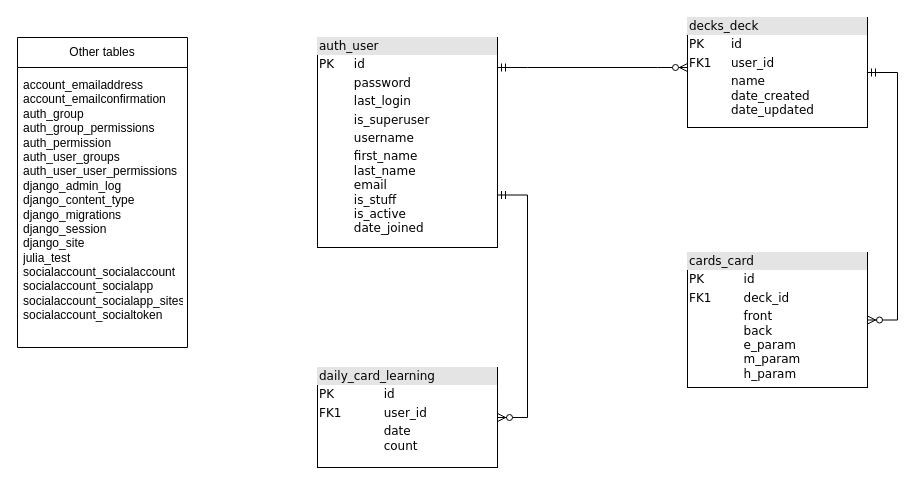
Above: design/db_schema.drawio in noginpavlo/julia (draw.io), before the change. Source tidied: cells renumbered, new cells numbered last; positions are measured from the earlier drawing's top-left corner, leaving out a move shared by most shapes. Both pictures are drawn from the tidied source at 100%, with x=0, y=0 at pixel (17, 17).
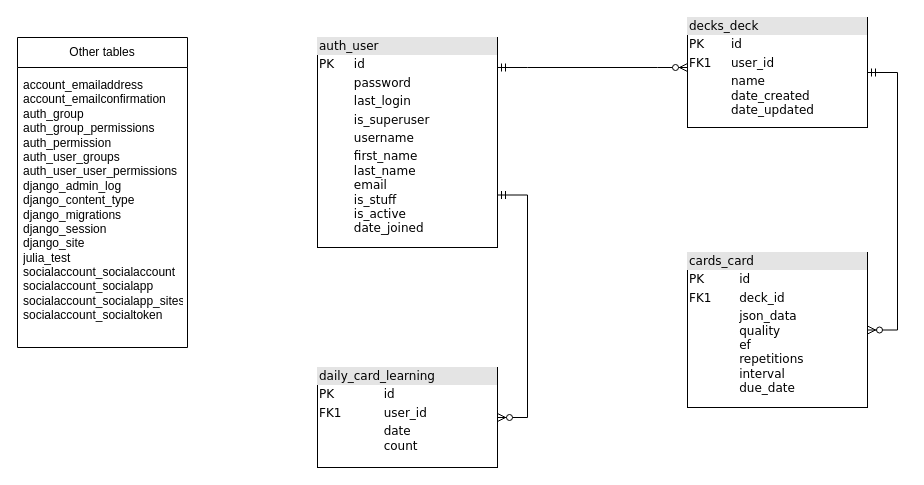
The same page after the edit.

Commit message (it also covers changes not shown here):
Changed db schema drawio file to make card reflrct sm-2 algorythm

The edit, as a diff of the source:
```diff
@@
 <mxGraphModel>
   <root>
     <mxCell id="0" />
     <mxCell id="1" parent="0" />
     <mxCell id="2" value="&lt;div style=&quot;box-sizing: border-box ; width: 100% ; background: #e4e4e4 ; padding: 2px&quot;&gt;auth_user&lt;/div&gt;&lt;table style=&quot;width: 100% ; font-size: 1em&quot; cellpadding=&quot;2&quot; cellspacing=&quot;0&quot;&gt;&lt;tbody&gt;&lt;tr&gt;&lt;td&gt;PK&lt;/td&gt;&lt;td&gt;id&lt;/td&gt;&lt;/tr&gt;&lt;tr&gt;&lt;td&gt;&lt;br&gt;&lt;/td&gt;&lt;td&gt;password&lt;/td&gt;&lt;/tr&gt;&lt;tr&gt;&lt;td&gt;&lt;br&gt;&lt;/td&gt;&lt;td&gt;last_login&lt;/td&gt;&lt;/tr&gt;&lt;tr&gt;&lt;td&gt;&lt;br&gt;&lt;/td&gt;&lt;td&gt;is_superuser&lt;/td&gt;&lt;/tr&gt;&lt;tr&gt;&lt;td&gt;&lt;br&gt;&lt;/td&gt;&lt;td&gt;username&lt;/td&gt;&lt;/tr&gt;&lt;tr&gt;&lt;td&gt;&lt;br&gt;&lt;/td&gt;&lt;td&gt;first_name&lt;br&gt;last_name&lt;br&gt;email&lt;br&gt;is_stuff&lt;br&gt;is_active&lt;br&gt;date_joined&lt;br&gt;&lt;br&gt;&lt;/td&gt;&lt;/tr&gt;&lt;/tbody&gt;&lt;/table&gt;" style="verticalAlign=top;align=left;overflow=fill;html=1;rounded=0;shadow=0;comic=0;labelBackgroundColor=none;strokeWidth=1;fontFamily=Verdana;fontSize=12;" parent="1" vertex="1">
       <mxGeometry x="300" y="20" width="180" height="210" as="geometry" />
     </mxCell>
-    <mxCell id="3" value="&lt;div style=&quot;box-sizing: border-box ; width: 100% ; background: #e4e4e4 ; padding: 2px&quot;&gt;cards_card&lt;/div&gt;&lt;table style=&quot;width: 100% ; font-size: 1em&quot; cellpadding=&quot;2&quot; cellspacing=&quot;0&quot;&gt;&lt;tbody&gt;&lt;tr&gt;&lt;td&gt;PK&lt;/td&gt;&lt;td&gt;id&lt;/td&gt;&lt;/tr&gt;&lt;tr&gt;&lt;td&gt;FK1&lt;/td&gt;&lt;td&gt;deck_id&lt;br&gt;&lt;/td&gt;&lt;/tr&gt;&lt;tr&gt;&lt;td&gt;&lt;/td&gt;&lt;td&gt;front&lt;br&gt;back&lt;br&gt;e_param&lt;br&gt;m_param&lt;br&gt;h_param&lt;br&gt;&lt;br&gt;&lt;/td&gt;&lt;/tr&gt;&lt;tr&gt;&lt;td&gt;&lt;br&gt;&lt;/td&gt;&lt;td&gt;&lt;br&gt;&lt;/td&gt;&lt;/tr&gt;&lt;tr&gt;&lt;td&gt;&lt;br&gt;&lt;/td&gt;&lt;td&gt;&lt;br&gt;&lt;/td&gt;&lt;/tr&gt;&lt;tr&gt;&lt;td&gt;&lt;br&gt;&lt;/td&gt;&lt;td&gt;&lt;br&gt;&lt;/td&gt;&lt;/tr&gt;&lt;/tbody&gt;&lt;/table&gt;" style="verticalAlign=top;align=left;overflow=fill;html=1;rounded=0;shadow=0;comic=0;labelBackgroundColor=none;strokeWidth=1;fontFamily=Verdana;fontSize=12;" parent="1" vertex="1">
-      <mxGeometry x="670" y="235" width="180" height="135" as="geometry" />
+    <mxCell id="3" value="&lt;div style=&quot;box-sizing: border-box ; width: 100% ; background: #e4e4e4 ; padding: 2px&quot;&gt;cards_card&lt;/div&gt;&lt;table style=&quot;width: 100% ; font-size: 1em&quot; cellpadding=&quot;2&quot; cellspacing=&quot;0&quot;&gt;&lt;tbody&gt;&lt;tr&gt;&lt;td&gt;PK&lt;/td&gt;&lt;td&gt;id&lt;/td&gt;&lt;/tr&gt;&lt;tr&gt;&lt;td&gt;FK1&lt;/td&gt;&lt;td&gt;deck_id&lt;br&gt;&lt;/td&gt;&lt;/tr&gt;&lt;tr&gt;&lt;td&gt;&lt;/td&gt;&lt;td&gt;json_data&lt;br&gt;quality&lt;br&gt;ef&lt;br&gt;repetitions&lt;br&gt;interval&lt;br&gt;due_date&lt;/td&gt;&lt;/tr&gt;&lt;tr&gt;&lt;td&gt;&lt;br&gt;&lt;/td&gt;&lt;td&gt;&lt;br&gt;&lt;/td&gt;&lt;/tr&gt;&lt;tr&gt;&lt;td&gt;&lt;br&gt;&lt;/td&gt;&lt;td&gt;&lt;br&gt;&lt;/td&gt;&lt;/tr&gt;&lt;tr&gt;&lt;td&gt;&lt;br&gt;&lt;/td&gt;&lt;td&gt;&lt;br&gt;&lt;/td&gt;&lt;/tr&gt;&lt;/tbody&gt;&lt;/table&gt;" style="verticalAlign=top;align=left;overflow=fill;html=1;rounded=0;shadow=0;comic=0;labelBackgroundColor=none;strokeWidth=1;fontFamily=Verdana;fontSize=12;" parent="1" vertex="1">
+      <mxGeometry x="670" y="235" width="180" height="155" as="geometry" />
     </mxCell>
     <mxCell id="4" value="&lt;div style=&quot;box-sizing:border-box;width:100%;background:#e4e4e4;padding:2px;&quot;&gt;decks_deck&lt;/div&gt;&lt;table style=&quot;width:100%;font-size:1em;&quot; cellpadding=&quot;2&quot; cellspacing=&quot;0&quot;&gt;&lt;tbody&gt;&lt;tr&gt;&lt;td&gt;PK&lt;/td&gt;&lt;td&gt;id&lt;/td&gt;&lt;/tr&gt;&lt;tr&gt;&lt;td&gt;FK1&lt;/td&gt;&lt;td&gt;user_id&lt;/td&gt;&lt;/tr&gt;&lt;tr&gt;&lt;td&gt;&lt;/td&gt;&lt;td&gt;name&lt;br&gt;date_created&lt;br&gt;date_updated&lt;br&gt;&lt;br&gt;&lt;br&gt;&lt;br&gt;&lt;/td&gt;&lt;/tr&gt;&lt;/tbody&gt;&lt;/table&gt;" style="verticalAlign=top;align=left;overflow=fill;html=1;rounded=0;shadow=0;comic=0;labelBackgroundColor=none;strokeWidth=1;fontFamily=Verdana;fontSize=12;" parent="1" vertex="1">
       <mxGeometry x="670" width="180" height="110" as="geometry" />
     </mxCell>
     <mxCell id="5" style="edgeStyle=entityRelationEdgeStyle;fontSize=12;html=1;endArrow=ERzeroToMany;startArrow=ERmandOne;rounded=0;exitX=1;exitY=0.5;exitDx=0;exitDy=0;entryX=0;entryY=0.5;entryDx=0;entryDy=0;" parent="1" edge="1">
       <mxGeometry relative="1" as="geometry">
         <mxPoint x="480" y="50" as="sourcePoint" />
         <mxPoint x="670" y="50" as="targetPoint" />
       </mxGeometry>
     </mxCell>
     <mxCell id="6" style="edgeStyle=entityRelationEdgeStyle;fontSize=12;html=1;endArrow=ERzeroToMany;startArrow=ERmandOne;rounded=0;exitX=1;exitY=0.5;exitDx=0;exitDy=0;entryX=1;entryY=0.5;entryDx=0;entryDy=0;" parent="1" edge="1" source="4" target="3">
       <mxGeometry relative="1" as="geometry" />
     </mxCell>
     <mxCell id="7" value="Other tables" style="swimlane;fontStyle=0;horizontal=1;startSize=30;whiteSpace=wrap;html=1;" parent="1" vertex="1">
       <mxGeometry y="20" width="170" height="310" as="geometry" />
     </mxCell>
     <mxCell id="8" value="&lt;div&gt;account_emailaddress&amp;nbsp;&amp;nbsp;&lt;/div&gt;&lt;div&gt;account_emailconfirmation&amp;nbsp;&amp;nbsp;&lt;/div&gt;&lt;div&gt;auth_group&amp;nbsp;&amp;nbsp;&lt;/div&gt;&lt;div&gt;auth_group_permissions&amp;nbsp;&amp;nbsp;&lt;/div&gt;&lt;div&gt;auth_permission&amp;nbsp;&amp;nbsp;&lt;/div&gt;&lt;div&gt;auth_user_groups&amp;nbsp;&amp;nbsp;&lt;/div&gt;&lt;div&gt;auth_user_user_permissions&amp;nbsp;&amp;nbsp;&lt;/div&gt;&lt;div&gt;django_admin_log&amp;nbsp;&amp;nbsp;&lt;/div&gt;&lt;div&gt;django_content_type&amp;nbsp;&amp;nbsp;&lt;/div&gt;&lt;div&gt;django_migrations&amp;nbsp;&amp;nbsp;&lt;/div&gt;&lt;div&gt;django_session&amp;nbsp;&amp;nbsp;&lt;/div&gt;&lt;div&gt;django_site&amp;nbsp;&amp;nbsp;&lt;/div&gt;&lt;div&gt;julia_test&amp;nbsp;&amp;nbsp;&lt;/div&gt;&lt;div&gt;socialaccount_socialaccount&amp;nbsp;&amp;nbsp;&lt;/div&gt;&lt;div&gt;socialaccount_socialapp&amp;nbsp;&amp;nbsp;&lt;/div&gt;&lt;div&gt;socialaccount_socialapp_sites&amp;nbsp;&amp;nbsp;&lt;/div&gt;&lt;div&gt;socialaccount_socialtoken&amp;nbsp;&amp;nbsp;&lt;/div&gt;&lt;div&gt;&lt;br&gt;&lt;/div&gt;" style="text;strokeColor=none;fillColor=none;align=left;verticalAlign=middle;spacingLeft=4;spacingRight=4;overflow=hidden;whiteSpace=wrap;html=1;" parent="1" vertex="1">
       <mxGeometry y="50" width="170" height="280" as="geometry" />
     </mxCell>
     <mxCell id="9" value="&lt;div style=&quot;box-sizing: border-box ; width: 100% ; background: #e4e4e4 ; padding: 2px&quot;&gt;daily_card_learning&lt;/div&gt;&lt;table style=&quot;width: 100% ; font-size: 1em&quot; cellpadding=&quot;2&quot; cellspacing=&quot;0&quot;&gt;&lt;tbody&gt;&lt;tr&gt;&lt;td&gt;PK&lt;/td&gt;&lt;td&gt;id&lt;/td&gt;&lt;/tr&gt;&lt;tr&gt;&lt;td&gt;FK1&lt;/td&gt;&lt;td&gt;user_id&lt;/td&gt;&lt;/tr&gt;&lt;tr&gt;&lt;td&gt;&lt;/td&gt;&lt;td&gt;date&lt;br&gt;count&lt;br&gt;&lt;br&gt;&lt;/td&gt;&lt;/tr&gt;&lt;tr&gt;&lt;td&gt;&lt;br&gt;&lt;/td&gt;&lt;td&gt;&lt;br&gt;&lt;/td&gt;&lt;/tr&gt;&lt;tr&gt;&lt;td&gt;&lt;br&gt;&lt;/td&gt;&lt;td&gt;&lt;br&gt;&lt;/td&gt;&lt;/tr&gt;&lt;tr&gt;&lt;td&gt;&lt;br&gt;&lt;/td&gt;&lt;td&gt;&lt;br&gt;&lt;/td&gt;&lt;/tr&gt;&lt;/tbody&gt;&lt;/table&gt;" style="verticalAlign=top;align=left;overflow=fill;html=1;rounded=0;shadow=0;comic=0;labelBackgroundColor=none;strokeWidth=1;fontFamily=Verdana;fontSize=12;" parent="1" vertex="1">
       <mxGeometry x="300" y="350" width="180" height="100" as="geometry" />
     </mxCell>
     <mxCell id="10" style="edgeStyle=entityRelationEdgeStyle;fontSize=12;html=1;endArrow=ERzeroToMany;startArrow=ERmandOne;rounded=0;entryX=1;entryY=0.5;entryDx=0;entryDy=0;exitX=1;exitY=0.75;exitDx=0;exitDy=0;" parent="1" edge="1" source="2" target="9">
       <mxGeometry relative="1" as="geometry" />
     </mxCell>
   </root>
 </mxGraphModel>
```
